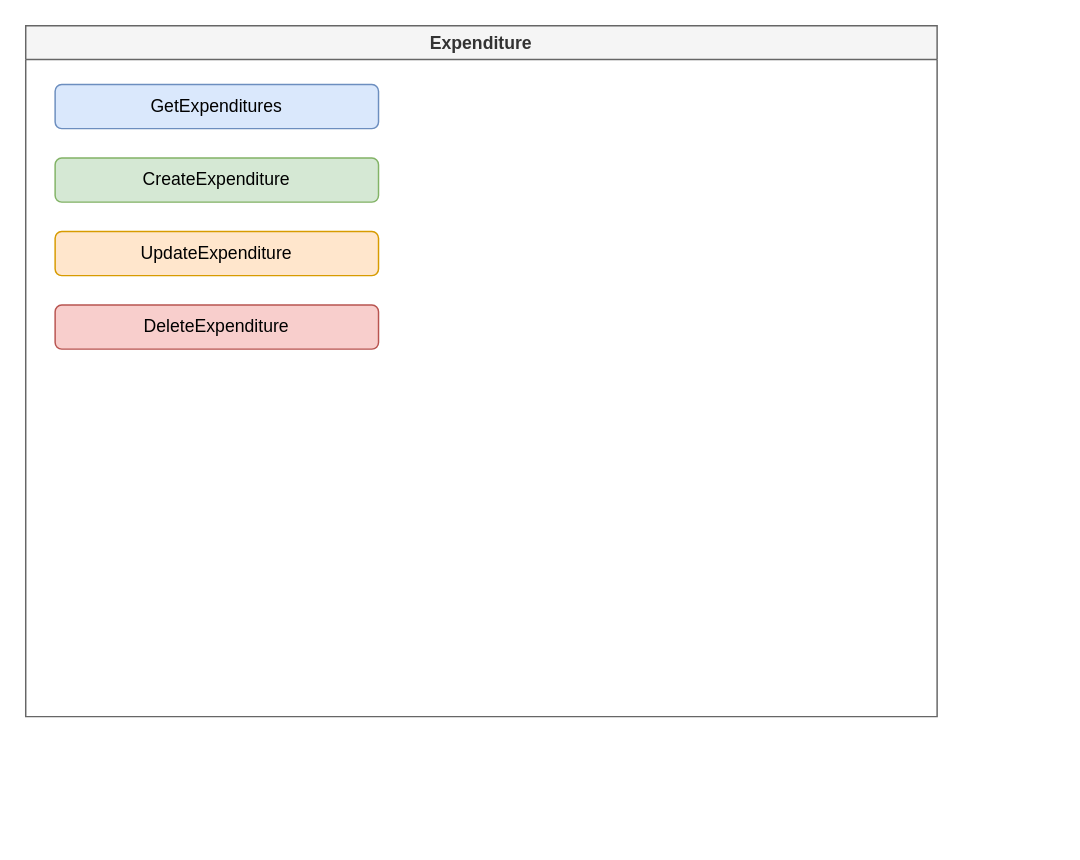
Before: page "Endpoints" (5 of 5) of MyBookKeeper.drawio in TanaChu0409/book-keeper, a draw.io diagram. Source tidied: cells renumbered, new cells numbered last; positions are measured from the earlier drawing's top-left corner, leaving out a move shared by most shapes. Both pictures are drawn from the tidied source at 147%, with x=0, y=0 at pixel (25, 25).
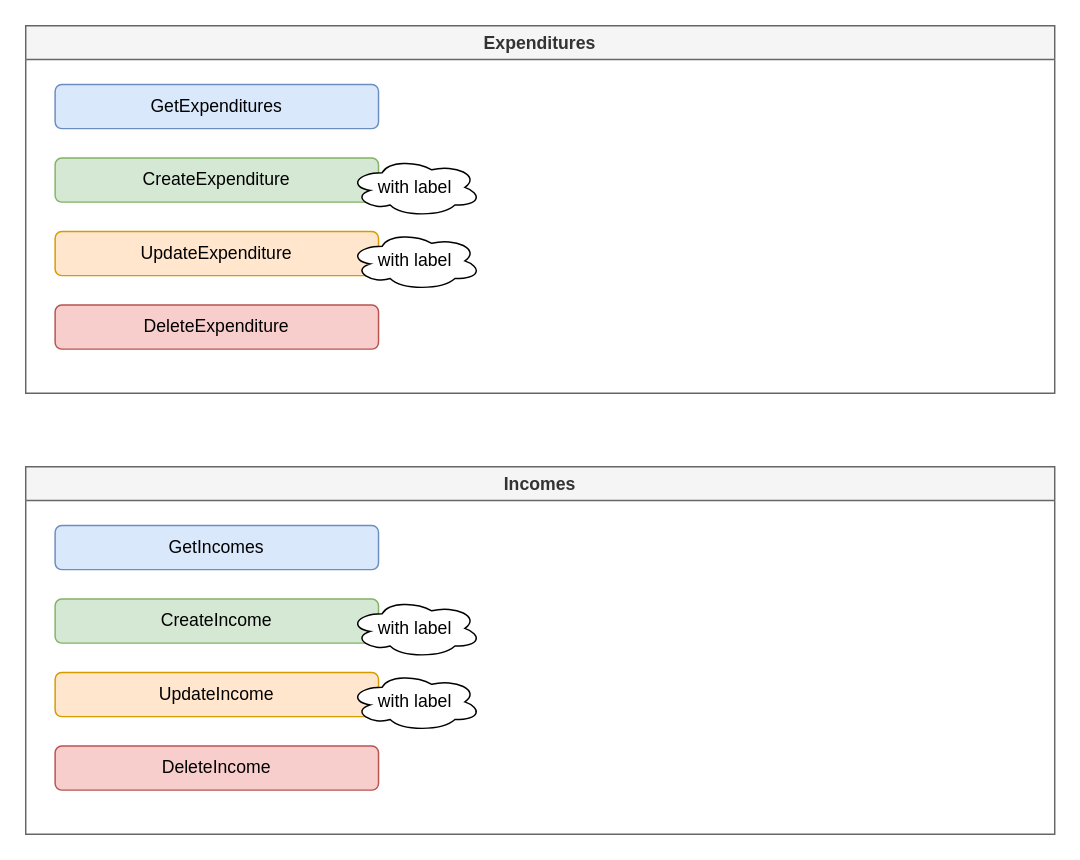
The same page after the edit.

Commit message:
update design diagram

The edit, as a diff of the source:
```diff
@@
 <mxGraphModel>
   <root>
     <mxCell id="0" />
     <mxCell id="1" parent="0" />
-    <mxCell id="2" value="&lt;span style=&quot;text-wrap-mode: nowrap;&quot;&gt;Expenditure&lt;/span&gt;" style="swimlane;whiteSpace=wrap;html=1;fillColor=#f5f5f5;strokeColor=#666666;fontColor=#333333;glass=0;" parent="1" vertex="1">
-      <mxGeometry width="620" height="470" as="geometry" />
+    <mxCell id="2" value="&lt;span style=&quot;text-wrap-mode: nowrap;&quot;&gt;Expenditures&lt;/span&gt;" style="swimlane;whiteSpace=wrap;html=1;fillColor=#f5f5f5;strokeColor=#666666;fontColor=#333333;glass=0;" parent="1" vertex="1">
+      <mxGeometry width="700" height="250" as="geometry" />
     </mxCell>
     <mxCell id="3" value="CreateExpenditure" style="rounded=1;whiteSpace=wrap;html=1;fillColor=#d5e8d4;strokeColor=#82b366;glass=0;" parent="2" vertex="1">
       <mxGeometry x="20" y="90" width="220" height="30" as="geometry" />
     </mxCell>
     <mxCell id="4" value="GetExpenditures" style="rounded=1;whiteSpace=wrap;html=1;fillColor=#dae8fc;strokeColor=#6c8ebf;glass=0;" parent="2" vertex="1">
       <mxGeometry x="20" y="40" width="220" height="30" as="geometry" />
     </mxCell>
     <mxCell id="5" value="UpdateExpenditure" style="rounded=1;whiteSpace=wrap;html=1;fillColor=#ffe6cc;strokeColor=#d79b00;glass=0;" parent="2" vertex="1">
       <mxGeometry x="20" y="140" width="220" height="30" as="geometry" />
     </mxCell>
     <mxCell id="6" value="DeleteExpenditure" style="rounded=1;whiteSpace=wrap;html=1;fillColor=#f8cecc;strokeColor=#b85450;glass=0;" parent="2" vertex="1">
       <mxGeometry x="20" y="190" width="220" height="30" as="geometry" />
     </mxCell>
+    <mxCell id="7" value="with label" style="ellipse;shape=cloud;whiteSpace=wrap;html=1;" parent="2" vertex="1">
+      <mxGeometry x="220" y="90" width="90" height="40" as="geometry" />
+    </mxCell>
+    <mxCell id="8" value="with label" style="ellipse;shape=cloud;whiteSpace=wrap;html=1;" parent="2" vertex="1">
+      <mxGeometry x="220" y="140" width="90" height="40" as="geometry" />
+    </mxCell>
+    <mxCell id="9" value="&lt;span style=&quot;text-wrap-mode: nowrap;&quot;&gt;Incomes&lt;/span&gt;" style="swimlane;whiteSpace=wrap;html=1;fillColor=#f5f5f5;strokeColor=#666666;fontColor=#333333;glass=0;" parent="1" vertex="1">
+      <mxGeometry y="300" width="700" height="250" as="geometry" />
+    </mxCell>
+    <mxCell id="10" value="CreateIncome" style="rounded=1;whiteSpace=wrap;html=1;fillColor=#d5e8d4;strokeColor=#82b366;glass=0;" parent="9" vertex="1">
+      <mxGeometry x="20" y="90" width="220" height="30" as="geometry" />
+    </mxCell>
+    <mxCell id="11" value="GetIncomes" style="rounded=1;whiteSpace=wrap;html=1;fillColor=#dae8fc;strokeColor=#6c8ebf;glass=0;" parent="9" vertex="1">
+      <mxGeometry x="20" y="40" width="220" height="30" as="geometry" />
+    </mxCell>
+    <mxCell id="12" value="UpdateIncome" style="rounded=1;whiteSpace=wrap;html=1;fillColor=#ffe6cc;strokeColor=#d79b00;glass=0;" parent="9" vertex="1">
+      <mxGeometry x="20" y="140" width="220" height="30" as="geometry" />
+    </mxCell>
+    <mxCell id="13" value="DeleteIncome" style="rounded=1;whiteSpace=wrap;html=1;fillColor=#f8cecc;strokeColor=#b85450;glass=0;" parent="9" vertex="1">
+      <mxGeometry x="20" y="190" width="220" height="30" as="geometry" />
+    </mxCell>
+    <mxCell id="14" value="with label" style="ellipse;shape=cloud;whiteSpace=wrap;html=1;" parent="9" vertex="1">
+      <mxGeometry x="220" y="90" width="90" height="40" as="geometry" />
+    </mxCell>
+    <mxCell id="15" value="with label" style="ellipse;shape=cloud;whiteSpace=wrap;html=1;" parent="9" vertex="1">
+      <mxGeometry x="220" y="140" width="90" height="40" as="geometry" />
+    </mxCell>
   </root>
 </mxGraphModel>
```
